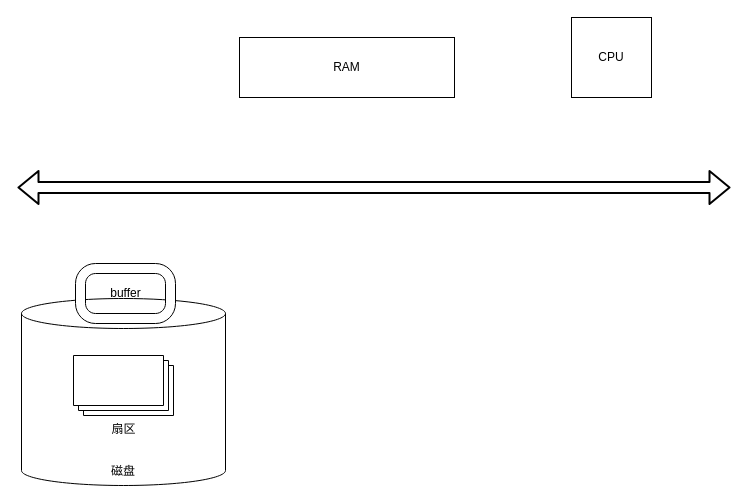
Above: 磁盘IO.drawio in catface996/images (draw.io), before the change. Source tidied: cells renumbered, new cells numbered last; positions are measured from the earlier drawing's top-left corner, leaving out a move shared by most shapes. Both pictures are drawn from the tidied source at 100%, with x=0, y=0 at pixel (17, 17).
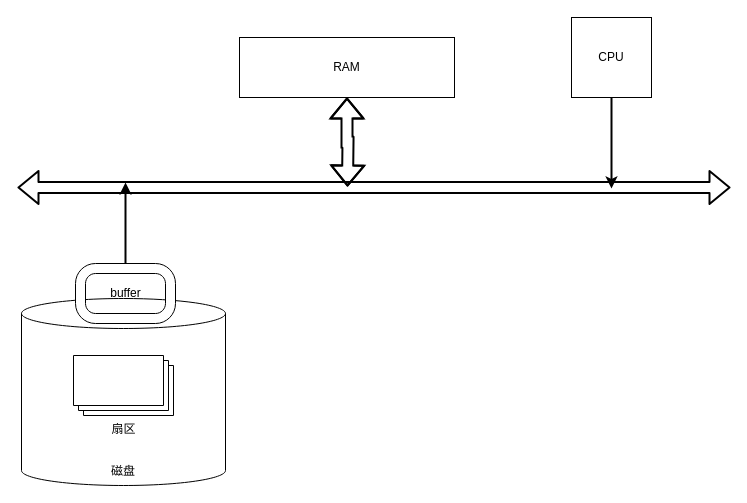
The same diagram, later.

Diff of the diagram source:
```diff
@@
 <mxGraphModel>
   <root>
     <mxCell id="0" />
     <mxCell id="1" parent="0" />
     <mxCell id="2" value="磁盘" style="shape=cylinder3;whiteSpace=wrap;html=1;boundedLbl=1;backgroundOutline=1;size=15;verticalAlign=bottom;" parent="1" vertex="1">
       <mxGeometry x="4" y="281" width="204" height="187" as="geometry" />
     </mxCell>
+    <mxCell id="9" style="edgeStyle=orthogonalEdgeStyle;rounded=0;jettySize=auto;html=1;strokeWidth=2;" parent="1" edge="1" source="3">
+      <mxGeometry relative="1" as="geometry">
+        <mxPoint x="108" y="165" as="targetPoint" />
+      </mxGeometry>
+    </mxCell>
     <mxCell id="3" style="verticalLabelPosition=bottom;verticalAlign=top;html=1;shape=mxgraph.basic.rounded_frame;dx=10;" parent="1" vertex="1">
       <mxGeometry x="58" y="246" width="100" height="60" as="geometry" />
     </mxCell>
     <mxCell id="4" value="buffer" style="text;html=1;align=center;verticalAlign=middle;strokeColor=none;" parent="1" vertex="1">
       <mxGeometry x="88" y="267" width="40" height="18" as="geometry" />
     </mxCell>
     <mxCell id="5" value="扇区" style="verticalLabelPosition=bottom;verticalAlign=top;html=1;shape=mxgraph.basic.layered_rect;dx=10;align=center;" parent="1" vertex="1">
       <mxGeometry x="56" y="338" width="100" height="60" as="geometry" />
     </mxCell>
+    <mxCell id="10" style="edgeStyle=orthogonalEdgeStyle;rounded=0;jettySize=auto;html=1;strokeWidth=2;shape=flexArrow;startArrow=block;" parent="1" edge="1" source="6">
+      <mxGeometry relative="1" as="geometry">
+        <mxPoint x="330" y="169" as="targetPoint" />
+      </mxGeometry>
+    </mxCell>
     <mxCell id="6" value="RAM" style="rounded=0;whiteSpace=wrap;html=1;align=center;verticalAlign=middle;" parent="1" vertex="1">
       <mxGeometry x="222" y="20" width="215" height="60" as="geometry" />
     </mxCell>
     <mxCell id="7" style="shape=flexArrow;endArrow=classic;startArrow=classic;html=1;strokeWidth=2;" parent="1" edge="1">
       <mxGeometry relative="1" as="geometry">
         <mxPoint y="170" as="sourcePoint" />
         <mxPoint x="713" y="170" as="targetPoint" />
       </mxGeometry>
     </mxCell>
+    <mxCell id="11" style="edgeStyle=orthogonalEdgeStyle;rounded=0;jettySize=auto;html=1;strokeWidth=2;" parent="1" edge="1" source="8">
+      <mxGeometry relative="1" as="geometry">
+        <mxPoint x="594" y="171" as="targetPoint" />
+      </mxGeometry>
+    </mxCell>
     <mxCell id="8" value="CPU" style="whiteSpace=wrap;html=1;align=center;verticalAlign=middle;" parent="1" vertex="1">
       <mxGeometry x="554" width="80" height="80" as="geometry" />
     </mxCell>
   </root>
 </mxGraphModel>
```
